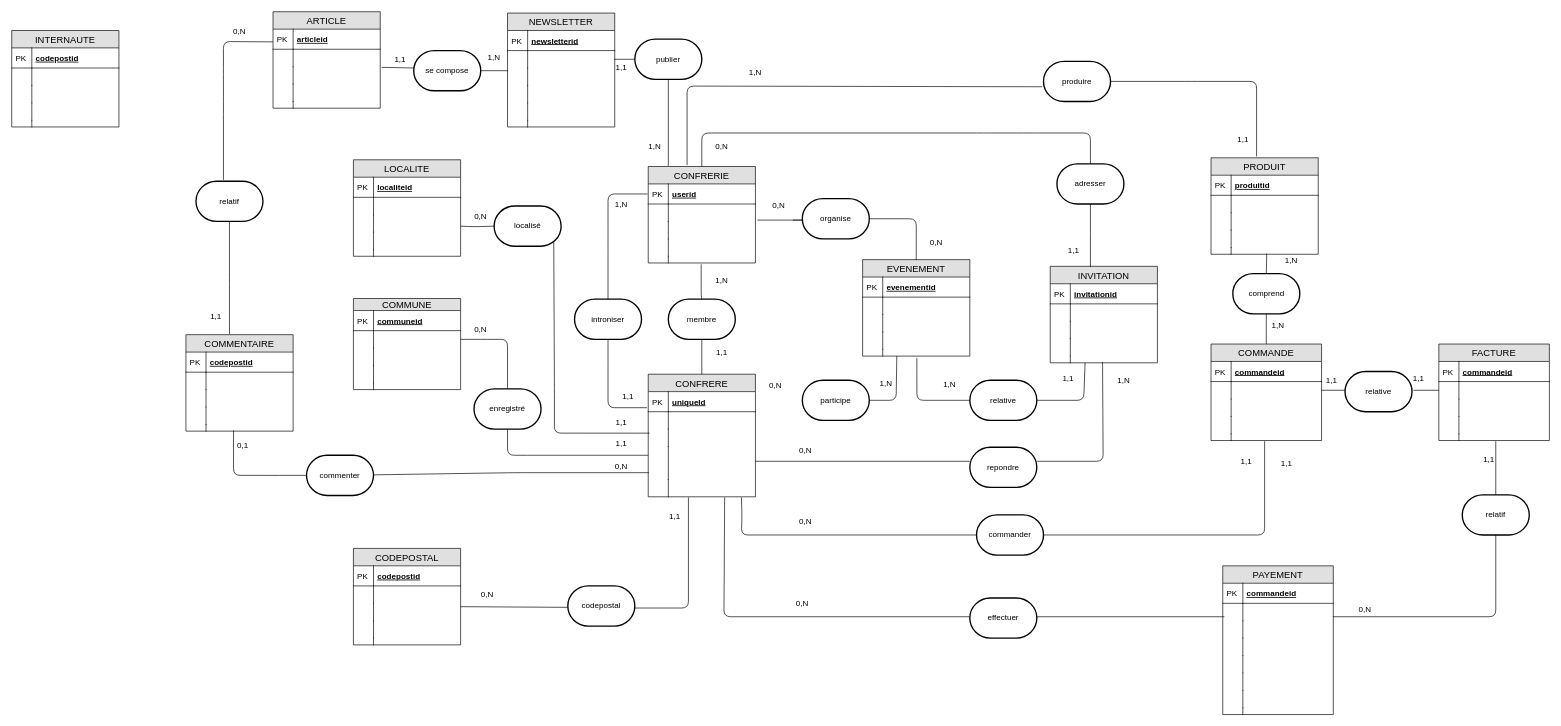
This is Untitled Diagram.drawio from harelimana/saintvincent, a draw.io file, before an edit. Source tidied: cells renumbered, new cells numbered last; positions are measured from the earlier drawing's top-left corner, leaving out a move shared by most shapes. Both pictures are drawn from the tidied source at 67%, with x=0, y=0 at pixel (11, 11).
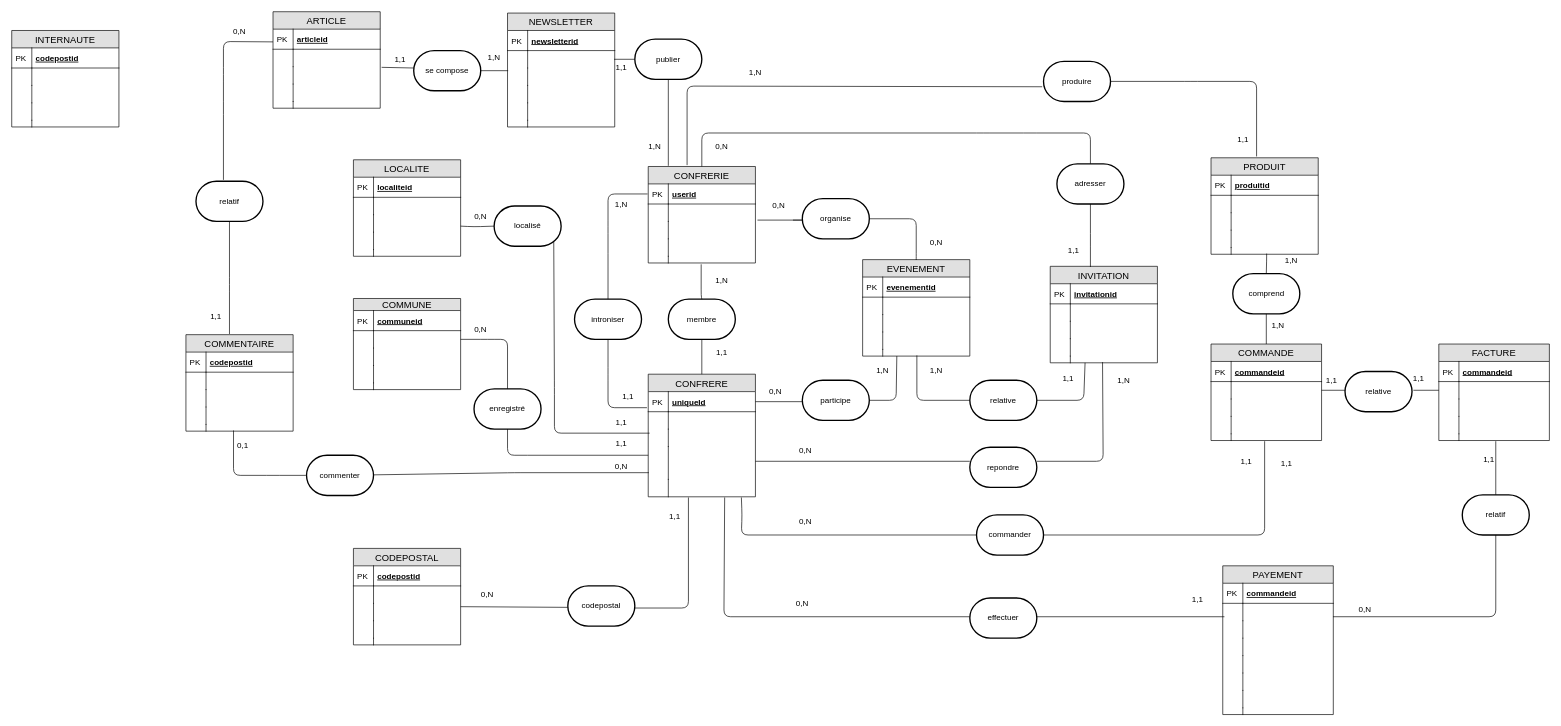
Above is the later version.

The change refers to these unchanged cells:
```xml
<mxCell id="14" value="uniqueId" style="shape=partialRectangle;top=0;left=0;right=0;bottom=1;align=left;verticalAlign=middle;fillColor=none;spacingLeft=34;spacingRight=4;overflow=hidden;points=[[0,0.5],[1,0.5]];portConstraint=eastwest;fontStyle=5;fontSize=12;" parent="13" vertex="1">
  <mxGeometry y="26" width="160" height="30" as="geometry" />
</mxCell>
<mxCell id="71" style="shape=partialRectangle;top=0;left=0;right=0;bottom=0;align=left;verticalAlign=top;fillColor=none;spacingLeft=34;spacingRight=4;overflow=hidden;points=[[0,0.5],[1,0.5]];portConstraint=eastwest;fontSize=12;" parent="62" vertex="1">
  <mxGeometry y="134" width="160" height="10" as="geometry" />
</mxCell>
<mxCell id="74" value="relative" style="strokeWidth=2;html=1;shape=mxgraph.flowchart.terminator;whiteSpace=wrap;" parent="1" vertex="1">
  <mxGeometry x="1430" y="550" width="100" height="60" as="geometry" />
</mxCell>
```

Change to the diagram source:
```diff
@@
     <mxCell id="198" value="0,N" style="text;html=1;strokeColor=none;fillColor=none;align=center;verticalAlign=middle;whiteSpace=wrap;rounded=0;" parent="1" vertex="1">
-      <mxGeometry x="1120" y="548" width="40" height="20" as="geometry" />
+      <mxGeometry x="1120" y="557" width="40" height="20" as="geometry" />
     </mxCell>
     <mxCell id="199" value="1,N" style="text;html=1;strokeColor=none;fillColor=none;align=center;verticalAlign=middle;whiteSpace=wrap;rounded=0;" parent="1" vertex="1">
-      <mxGeometry x="1285" y="545" width="40" height="20" as="geometry" />
+      <mxGeometry x="1280" y="525" width="40" height="20" as="geometry" />
     </mxCell>
     <mxCell id="200" value="1,N" style="text;html=1;strokeColor=none;fillColor=none;align=center;verticalAlign=middle;whiteSpace=wrap;rounded=0;" parent="1" vertex="1">
-      <mxGeometry x="1380" y="547" width="40" height="20" as="geometry" />
+      <mxGeometry x="1360" y="525" width="40" height="20" as="geometry" />
     </mxCell>
@@
-    <mxCell id="205" style="endArrow=none;html=1;exitX=0;exitY=0.5;exitDx=0;exitDy=0;exitPerimeter=0;entryX=0.506;entryY=1.3;entryDx=0;entryDy=0;entryPerimeter=0;" parent="1" edge="1" source="74" target="71">
+    <mxCell id="205" style="endArrow=none;html=1;exitX=0;exitY=0.5;exitDx=0;exitDy=0;exitPerimeter=0;entryX=0.506;entryY=0.9;entryDx=0;entryDy=0;entryPerimeter=0;" parent="1" edge="1" source="74" target="71">
       <mxGeometry relative="1" as="geometry">
         <Array as="points">
           <mxPoint x="1351" y="580" />
         </Array>
       </mxGeometry>
     </mxCell>
@@
+    <mxCell id="275" style="endArrow=none;html=1;entryX=1;entryY=0.5;entryDx=0;entryDy=0;" parent="1" edge="1" target="14">
+      <mxGeometry relative="1" as="geometry">
+        <mxPoint x="1180" y="582" as="sourcePoint" />
+      </mxGeometry>
+    </mxCell>
+    <mxCell id="276" value="1,1" style="text;html=1;strokeColor=none;fillColor=none;align=center;verticalAlign=middle;whiteSpace=wrap;rounded=0;" parent="1" vertex="1">
+      <mxGeometry x="1750" y="867" width="40" height="20" as="geometry" />
+    </mxCell>
```
